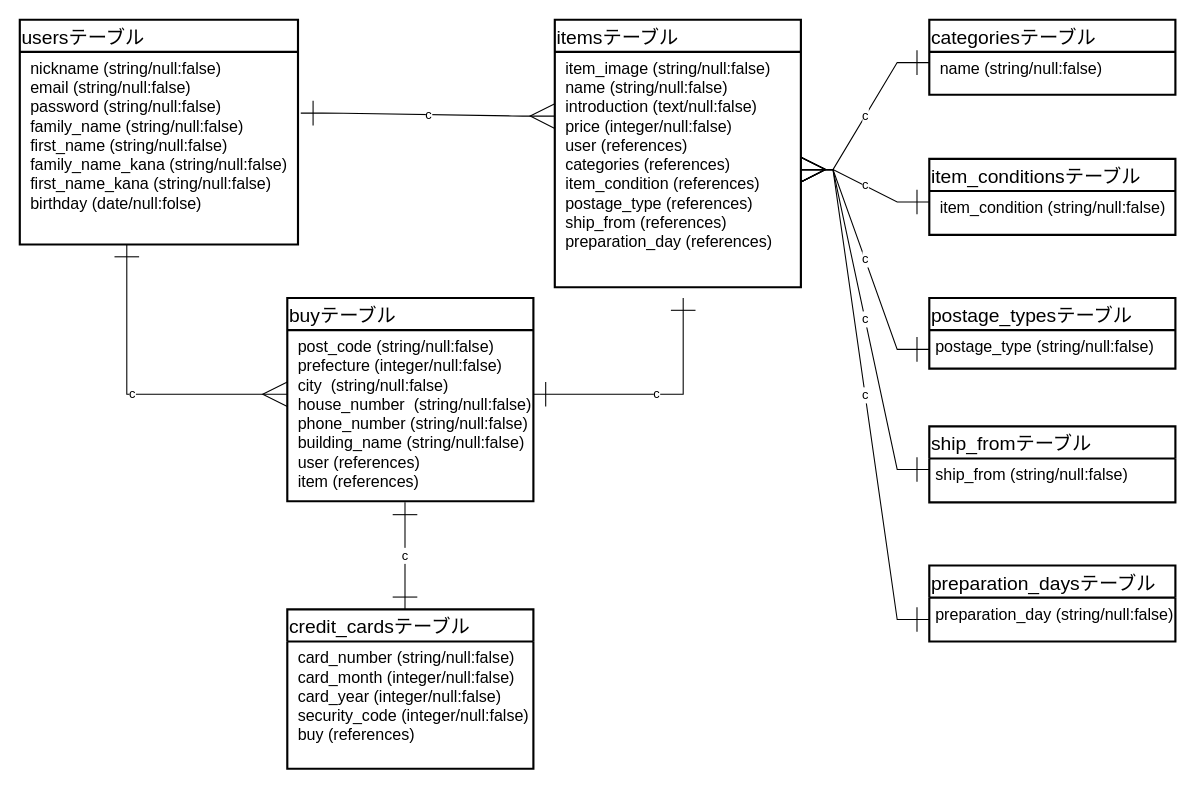
JuntOta/furima-35409 keeps this draw.io diagram as furima.dio. Above is the earlier version. Source tidied: cells renumbered, new cells numbered last; positions are measured from the earlier drawing's top-left corner, leaving out a move shared by most shapes. Both pictures are drawn from the tidied source at 107%, with x=0, y=0 at pixel (19, 19).
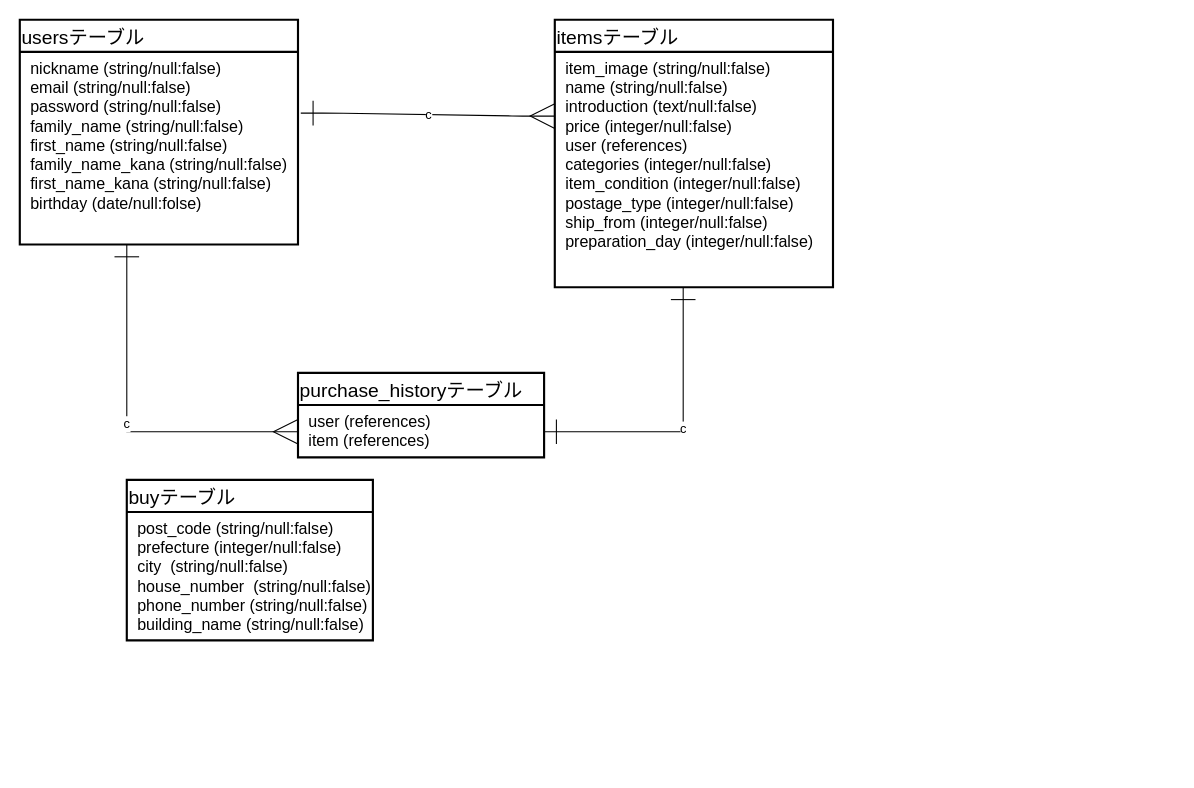
Above is the later version.

Commit message (it also covers changes not shown here):
購入履歴テーブル作成

Unchanged cells that the change refers to:
```xml
<mxCell id="3" value=" nickname (string/null:false)&#10; email (string/null:false)&#10; password (string/null:false)&#10; family_name (string/null:false)&#10; first_name (string/null:false)&#10; family_name_kana (string/null:false)&#10; first_name_kana (string/null:false)&#10; birthday (date/null:folse)" style="align=left;strokeColor=none;fillColor=none;spacingLeft=4;fontSize=15;verticalAlign=top;" parent="2" vertex="1">
  <mxGeometry y="30" width="260" height="180" as="geometry" />
</mxCell>
```

What changed in the source:
```diff
@@
     <mxCell id="4" value="itemsテーブル" style="swimlane;horizontal=1;startSize=30;rounded=0;fontSize=18;fontStyle=0;strokeWidth=2;shadow=0;dashed=0;align=left;" parent="1" vertex="1">
-      <mxGeometry x="500" width="230" height="250" as="geometry" />
+      <mxGeometry x="500" width="260" height="250" as="geometry" />
     </mxCell>
-    <mxCell id="5" value=" item_image (string/null:false)&#10; name (string/null:false)&#10; introduction (text/null:false)&#10; price (integer/null:false)&#10; user (references)&#10; categories (references)&#10; item_condition (references)&#10; postage_type (references)&#10; ship_from (references)&#10; preparation_day (references)&#10; " style="align=left;strokeColor=none;fillColor=none;spacingLeft=4;fontSize=15;verticalAlign=top;" parent="4" vertex="1">
-      <mxGeometry y="30" width="230" height="220" as="geometry" />
+    <mxCell id="5" value=" item_image (string/null:false)&#10; name (string/null:false)&#10; introduction (text/null:false)&#10; price (integer/null:false)&#10; user (references)&#10; categories (integer/null:false)&#10; item_condition (integer/null:false)&#10; postage_type (integer/null:false)&#10; ship_from (integer/null:false)&#10; preparation_day (integer/null:false)&#10; " style="align=left;strokeColor=none;fillColor=none;spacingLeft=4;fontSize=15;verticalAlign=top;" parent="4" vertex="1">
+      <mxGeometry y="30" width="260" height="220" as="geometry" />
     </mxCell>
-    <mxCell id="6" value="categoriesテーブル" style="swimlane;horizontal=1;startSize=30;rounded=0;fontSize=18;fontStyle=0;strokeWidth=2;shadow=0;dashed=0;align=left;" parent="1" vertex="1">
-      <mxGeometry x="850" width="230" height="70" as="geometry" />
-    </mxCell>
-    <mxCell id="7" value=" name (string/null:false)&#10;" style="align=left;strokeColor=none;fillColor=none;spacingLeft=4;fontSize=15;verticalAlign=top;" parent="6" vertex="1">
-      <mxGeometry y="30" width="230" height="40" as="geometry" />
-    </mxCell>
-    <mxCell id="8" value="credit_cardsテーブル" style="swimlane;horizontal=1;startSize=30;rounded=0;fontSize=18;fontStyle=0;strokeWidth=2;shadow=0;dashed=0;align=left;" parent="1" vertex="1">
-      <mxGeometry x="250" y="551" width="230" height="149" as="geometry" />
+    <mxCell id="8" value="purchase_historyテーブル" style="swimlane;horizontal=1;startSize=30;rounded=0;fontSize=18;fontStyle=0;strokeWidth=2;shadow=0;dashed=0;align=left;" parent="1" vertex="1">
+      <mxGeometry x="260" y="330" width="230" height="79" as="geometry" />
     </mxCell>
-    <mxCell id="9" value=" card_number (string/null:false)&#10; card_month (integer/null:false)&#10; card_year (integer/null:false)&#10; security_code (integer/null:false)&#10; buy (references)" style="align=left;strokeColor=none;fillColor=none;spacingLeft=4;fontSize=15;verticalAlign=top;" parent="8" vertex="1">
-      <mxGeometry y="30" width="230" height="119" as="geometry" />
+    <mxCell id="9" value=" user (references)&#10; item (references)" style="align=left;strokeColor=none;fillColor=none;spacingLeft=4;fontSize=15;verticalAlign=top;" parent="8" vertex="1">
+      <mxGeometry y="30" width="230" height="49" as="geometry" />
     </mxCell>
-    <mxCell id="10" value="item_conditionsテーブル" style="swimlane;horizontal=1;startSize=30;rounded=0;fontSize=18;fontStyle=0;strokeWidth=2;shadow=0;dashed=0;align=left;" parent="1" vertex="1">
-      <mxGeometry x="850" y="130" width="230" height="71" as="geometry" />
-    </mxCell>
-    <mxCell id="11" value=" item_condition (string/null:false)" style="align=left;strokeColor=none;fillColor=none;spacingLeft=4;fontSize=15;verticalAlign=top;" parent="10" vertex="1">
-      <mxGeometry y="30" width="230" height="41" as="geometry" />
-    </mxCell>
     <mxCell id="12" value="buyテーブル" style="swimlane;horizontal=1;startSize=30;rounded=0;fontSize=18;fontStyle=0;strokeWidth=2;shadow=0;dashed=0;align=left;" parent="1" vertex="1">
-      <mxGeometry x="250" y="260" width="230" height="190" as="geometry" />
+      <mxGeometry x="100" y="430" width="230" height="150" as="geometry" />
     </mxCell>
-    <mxCell id="13" value=" post_code (string/null:false)&#10; prefecture (integer/null:false)&#10; city  (string/null:false)&#10; house_number  (string/null:false)&#10; phone_number (string/null:false)&#10; building_name (string/null:false)&#10; user (references)&#10; item (references)" style="align=left;strokeColor=none;fillColor=none;spacingLeft=4;fontSize=15;verticalAlign=top;" parent="12" vertex="1">
-      <mxGeometry y="30" width="230" height="160" as="geometry" />
+    <mxCell id="13" value=" post_code (string/null:false)&#10; prefecture (integer/null:false)&#10; city  (string/null:false)&#10; house_number  (string/null:false)&#10; phone_number (string/null:false)&#10; building_name (string/null:false)" style="align=left;strokeColor=none;fillColor=none;spacingLeft=4;fontSize=15;verticalAlign=top;" parent="12" vertex="1">
+      <mxGeometry y="30" width="230" height="120" as="geometry" />
     </mxCell>
-    <mxCell id="14" value="postage_typesテーブル" style="swimlane;horizontal=1;startSize=30;rounded=0;fontSize=18;fontStyle=0;strokeWidth=2;shadow=0;dashed=0;align=left;" parent="1" vertex="1">
-      <mxGeometry x="850" y="260" width="230" height="66" as="geometry" />
-    </mxCell>
-    <mxCell id="15" value="postage_type (string/null:false)" style="align=left;strokeColor=none;fillColor=none;spacingLeft=4;fontSize=15;verticalAlign=top;" parent="14" vertex="1">
-      <mxGeometry y="30" width="230" height="36" as="geometry" />
-    </mxCell>
-    <mxCell id="16" value="preparation_daysテーブル" style="swimlane;horizontal=1;startSize=30;rounded=0;fontSize=18;fontStyle=0;strokeWidth=2;shadow=0;dashed=0;align=left;" parent="1" vertex="1">
-      <mxGeometry x="850" y="510" width="230" height="71" as="geometry" />
-    </mxCell>
-    <mxCell id="17" value="preparation_day (string/null:false)" style="align=left;strokeColor=none;fillColor=none;spacingLeft=4;fontSize=15;verticalAlign=top;" parent="16" vertex="1">
-      <mxGeometry y="30" width="230" height="41" as="geometry" />
-    </mxCell>
-    <mxCell id="18" value="ship_fromテーブル" style="swimlane;horizontal=1;startSize=30;rounded=0;fontSize=18;fontStyle=0;strokeWidth=2;shadow=0;dashed=0;align=left;" parent="1" vertex="1">
-      <mxGeometry x="850" y="380" width="230" height="71" as="geometry" />
-    </mxCell>
-    <mxCell id="19" value="ship_from (string/null:false)" style="align=left;strokeColor=none;fillColor=none;spacingLeft=4;fontSize=15;verticalAlign=top;" parent="18" vertex="1">
-      <mxGeometry y="30" width="230" height="41" as="geometry" />
-    </mxCell>
@@
-    <mxCell id="21" value="c" style="edgeStyle=orthogonalEdgeStyle;fontSize=12;html=1;endArrow=ERmany;endSize=21;startArrow=ERone;startFill=0;startSize=21;rounded=0;" parent="1" edge="1" source="3">
+    <mxCell id="21" value="c" style="edgeStyle=orthogonalEdgeStyle;fontSize=12;html=1;endArrow=ERmany;endSize=21;startArrow=ERone;startFill=0;startSize=21;rounded=0;" parent="1" edge="1" source="3" target="9">
       <mxGeometry relative="1" as="geometry">
-        <mxPoint x="250" y="350" as="targetPoint" />
         <Array as="points">
-          <mxPoint x="100" y="350" />
+          <mxPoint x="100" y="385" />
         </Array>
       </mxGeometry>
     </mxCell>
-    <mxCell id="22" value="c" style="edgeStyle=orthogonalEdgeStyle;fontSize=12;html=1;endArrow=ERone;endSize=21;startArrow=ERone;startFill=0;startSize=21;rounded=0;endFill=0;" parent="1" edge="1" target="13">
+    <mxCell id="22" value="c" style="edgeStyle=orthogonalEdgeStyle;fontSize=12;html=1;endArrow=ERone;endSize=21;startArrow=ERone;startFill=0;startSize=21;rounded=0;endFill=0;" parent="1" edge="1" source="5" target="9">
       <mxGeometry relative="1" as="geometry">
-        <mxPoint x="620" y="260" as="sourcePoint" />
         <Array as="points">
-          <mxPoint x="620" y="350" />
+          <mxPoint x="620" y="385" />
         </Array>
       </mxGeometry>
     </mxCell>
-    <mxCell id="23" value="c" style="edgeStyle=orthogonalEdgeStyle;fontSize=12;html=1;endArrow=ERone;endSize=21;startArrow=ERone;startFill=0;startSize=21;rounded=0;endFill=0;" parent="1" edge="1" target="8">
-      <mxGeometry relative="1" as="geometry">
-        <mxPoint x="360" y="451" as="sourcePoint" />
-        <Array as="points">
-          <mxPoint x="360" y="531" />
-          <mxPoint x="360" y="531" />
-        </Array>
-      </mxGeometry>
-    </mxCell>
-    <mxCell id="24" value="c" style="edgeStyle=entityRelationEdgeStyle;fontSize=12;html=1;endArrow=ERmany;endSize=21;startArrow=ERone;startFill=0;startSize=21;rounded=0;exitX=0;exitY=0.25;exitDx=0;exitDy=0;" parent="1" edge="1" source="7" target="5">
-      <mxGeometry relative="1" as="geometry" />
-    </mxCell>
-    <mxCell id="25" value="c" style="edgeStyle=entityRelationEdgeStyle;fontSize=12;html=1;endArrow=ERmany;endSize=21;startArrow=ERone;startFill=0;startSize=21;rounded=0;entryX=1;entryY=0.5;entryDx=0;entryDy=0;exitX=0;exitY=0.25;exitDx=0;exitDy=0;" parent="1" edge="1" source="11" target="5">
-      <mxGeometry relative="1" as="geometry" />
-    </mxCell>
-    <mxCell id="26" value="c" style="edgeStyle=entityRelationEdgeStyle;fontSize=12;html=1;endArrow=ERmany;endSize=21;startArrow=ERone;startFill=0;startSize=21;rounded=0;entryX=1;entryY=0.5;entryDx=0;entryDy=0;" parent="1" edge="1" source="15" target="5">
-      <mxGeometry relative="1" as="geometry" />
-    </mxCell>
-    <mxCell id="27" value="c" style="edgeStyle=entityRelationEdgeStyle;fontSize=12;html=1;endArrow=ERmany;endSize=21;startArrow=ERone;startFill=0;startSize=21;rounded=0;entryX=1;entryY=0.5;entryDx=0;entryDy=0;exitX=0;exitY=0.25;exitDx=0;exitDy=0;" parent="1" edge="1" source="19" target="5">
-      <mxGeometry relative="1" as="geometry" />
-    </mxCell>
-    <mxCell id="28" value="c" style="edgeStyle=entityRelationEdgeStyle;fontSize=12;html=1;endArrow=ERmany;endSize=21;startArrow=ERone;startFill=0;startSize=21;rounded=0;exitX=0;exitY=0.5;exitDx=0;exitDy=0;" parent="1" edge="1" source="17" target="5">
-      <mxGeometry relative="1" as="geometry" />
-    </mxCell>
```
